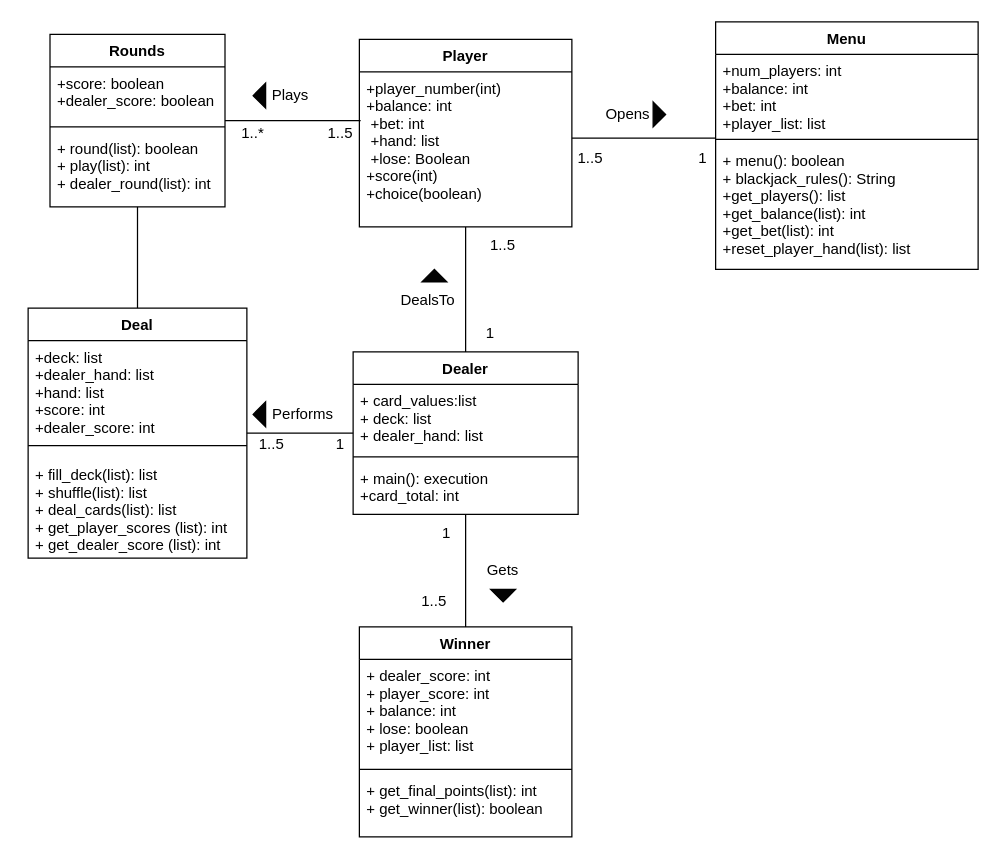
Above: System Proposal/Model Drawings /Class diagram.drawio in robinlaws/BlackJack (draw.io), before the change. Source tidied: cells renumbered, new cells numbered last; positions are measured from the earlier drawing's top-left corner, leaving out a move shared by most shapes. Both pictures are drawn from the tidied source at 125%, with x=0, y=0 at pixel (28, 21).
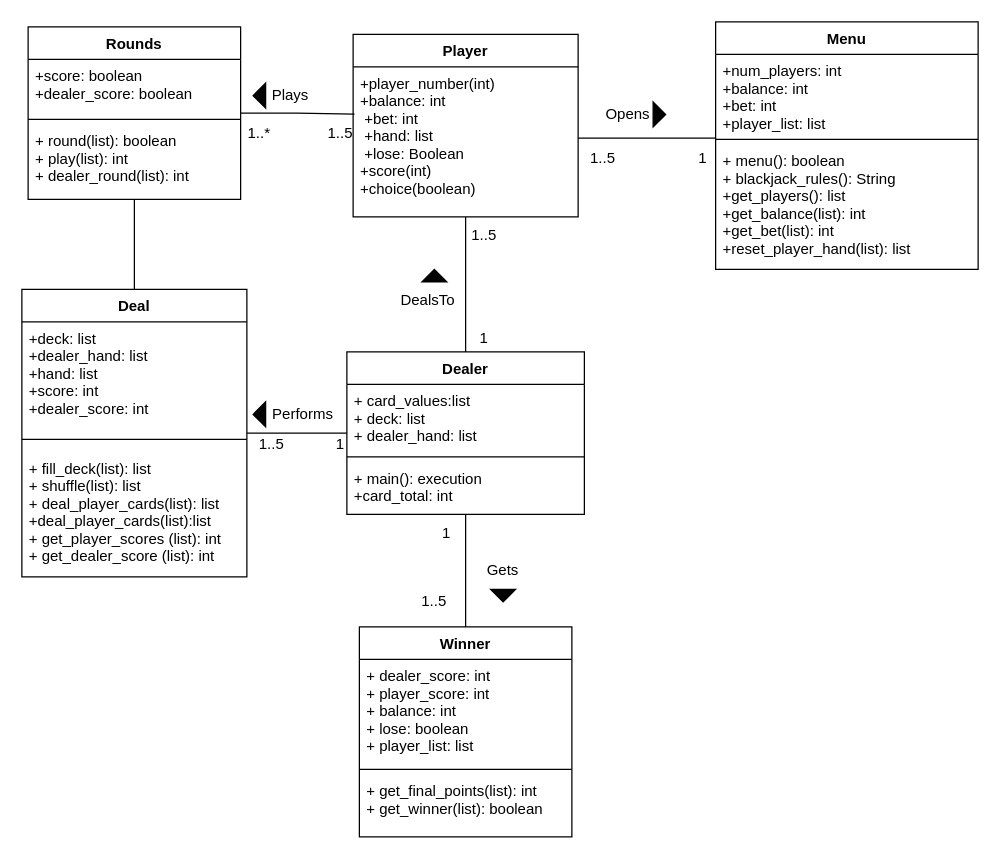
The same page after the edit.

The edit, as a diff of the source:
```diff
@@
     <mxCell id="4" value="Dealer" style="swimlane;fontStyle=1;align=center;verticalAlign=top;horizontal=1;startSize=26;" parent="1" vertex="1">
-      <mxGeometry x="260" y="264" width="180" height="130" as="geometry" />
+      <mxGeometry x="255" y="264" width="190" height="130" as="geometry" />
     </mxCell>
     <mxCell id="5" value="+ card_values:list&#10;+ deck: list&#10;+ dealer_hand: list" style="text;strokeColor=none;fillColor=none;align=left;verticalAlign=top;spacingLeft=4;spacingRight=4;overflow=hidden;" parent="4" vertex="1">
-      <mxGeometry y="26" width="180" height="54" as="geometry" />
+      <mxGeometry y="26" width="190" height="54" as="geometry" />
     </mxCell>
     <mxCell id="6" style="line;strokeWidth=1;fillColor=none;align=left;verticalAlign=middle;spacingTop=-1;spacingLeft=3;spacingRight=3;labelPosition=right;" parent="4" vertex="1">
-      <mxGeometry y="80" width="180" height="8" as="geometry" />
+      <mxGeometry y="80" width="190" height="8" as="geometry" />
     </mxCell>
     <mxCell id="7" value="+ main(): execution&#10;+card_total: int" style="text;strokeColor=none;fillColor=none;align=left;verticalAlign=top;spacingLeft=4;spacingRight=4;overflow=hidden;" parent="4" vertex="1">
-      <mxGeometry y="88" width="180" height="42" as="geometry" />
+      <mxGeometry y="88" width="190" height="42" as="geometry" />
     </mxCell>
-    <mxCell id="8" style="edgeStyle=orthogonalEdgeStyle;rounded=0;jettySize=auto;html=1;entryX=0.5;entryY=0;entryDx=0;entryDy=0;endArrow=none;endFill=0;" parent="1" edge="1" source="9" target="4">
+    <mxCell id="8" style="edgeStyle=orthogonalEdgeStyle;rounded=0;jettySize=auto;html=1;endArrow=none;endFill=0;" parent="1" edge="1" source="9" target="4">
       <mxGeometry relative="1" as="geometry" />
     </mxCell>
     <mxCell id="9" value="Player" style="swimlane;fontStyle=1;align=center;verticalAlign=top;horizontal=1;startSize=26;" parent="1" vertex="1">
-      <mxGeometry x="265" y="14" width="170" height="150" as="geometry" />
+      <mxGeometry x="260" y="10" width="180" height="146" as="geometry" />
     </mxCell>
     <mxCell id="10" value="+player_number(int)&#10;+balance: int&#10; +bet: int&#10; +hand: list&#10; +lose: Boolean&#10;+score(int)&#10;+choice(boolean)&#10;&#10;" style="text;strokeColor=none;fillColor=none;align=left;verticalAlign=top;spacingLeft=4;spacingRight=4;overflow=hidden;points=[[0,0.5],[1,0.5]];portConstraint=eastwest;" parent="9" vertex="1">
-      <mxGeometry y="26" width="170" height="124" as="geometry" />
+      <mxGeometry y="26" width="180" height="120" as="geometry" />
     </mxCell>
     <mxCell id="11" style="line;strokeWidth=1;fillColor=none;align=left;verticalAlign=middle;spacingTop=-1;spacingLeft=3;spacingRight=3;labelPosition=right;" parent="9" vertex="1">
-      <mxGeometry y="150" width="170" as="geometry" />
+      <mxGeometry y="146" width="180" as="geometry" />
     </mxCell>
-    <mxCell id="12" style="edgeStyle=orthogonalEdgeStyle;rounded=0;jettySize=auto;html=1;endArrow=none;endFill=0;" parent="1" edge="1" source="13" target="22">
-      <mxGeometry relative="1" as="geometry" />
-    </mxCell>
     <mxCell id="13" value="Deal" style="swimlane;fontStyle=1;align=center;verticalAlign=top;horizontal=1;startSize=26;" parent="1" vertex="1">
-      <mxGeometry y="229" width="175" height="200" as="geometry" />
+      <mxGeometry x="-5" y="214" width="180" height="230" as="geometry" />
     </mxCell>
     <mxCell id="14" value="+deck: list&#10;+dealer_hand: list&#10;+hand: list&#10;+score: int&#10;+dealer_score: int" style="text;strokeColor=none;fillColor=none;align=left;verticalAlign=top;spacingLeft=4;spacingRight=4;overflow=hidden;" parent="13" vertex="1">
-      <mxGeometry y="26" width="175" height="74" as="geometry" />
+      <mxGeometry y="26" width="180" height="84" as="geometry" />
     </mxCell>
     <mxCell id="15" style="line;strokeWidth=1;fillColor=none;align=left;verticalAlign=middle;spacingTop=-1;spacingLeft=3;spacingRight=3;labelPosition=right;" parent="13" vertex="1">
-      <mxGeometry y="100" width="175" height="20" as="geometry" />
+      <mxGeometry y="110" width="180" height="20" as="geometry" />
     </mxCell>
-    <mxCell id="16" value="+ fill_deck(list): list&#10;+ shuffle(list): list&#10;+ deal_cards(list): list&#10;+ get_player_scores (list): int&#10;+ get_dealer_score (list): int" style="text;strokeColor=none;fillColor=none;align=left;verticalAlign=top;spacingLeft=4;spacingRight=4;overflow=hidden;" parent="13" vertex="1">
-      <mxGeometry y="120" width="175" height="80" as="geometry" />
+    <mxCell id="16" value="+ fill_deck(list): list&#10;+ shuffle(list): list&#10;+ deal_player_cards(list): list&#10;+deal_player_cards(list):list&#10;+ get_player_scores (list): int&#10;+ get_dealer_score (list): int" style="text;strokeColor=none;fillColor=none;align=left;verticalAlign=top;spacingLeft=4;spacingRight=4;overflow=hidden;" parent="13" vertex="1">
+      <mxGeometry y="130" width="180" height="100" as="geometry" />
     </mxCell>
@@
+    <mxCell id="51" style="edgeStyle=orthogonalEdgeStyle;rounded=0;jettySize=auto;html=1;endArrow=none;endFill=0;" parent="1" edge="1" source="22" target="13">
+      <mxGeometry relative="1" as="geometry" />
+    </mxCell>
     <mxCell id="22" value="Rounds" style="swimlane;fontStyle=1;align=center;verticalAlign=top;horizontal=1;startSize=26;" parent="1" vertex="1">
-      <mxGeometry x="17.5" y="10" width="140" height="138" as="geometry" />
+      <mxGeometry y="4" width="170" height="138" as="geometry" />
     </mxCell>
     <mxCell id="23" value="+score: boolean&#10;+dealer_score: boolean" style="text;strokeColor=none;fillColor=none;align=left;verticalAlign=top;spacingLeft=4;spacingRight=4;overflow=hidden;" parent="22" vertex="1">
-      <mxGeometry y="26" width="140" height="44" as="geometry" />
+      <mxGeometry y="26" width="170" height="44" as="geometry" />
     </mxCell>
     <mxCell id="24" style="line;strokeWidth=1;fillColor=none;align=left;verticalAlign=middle;spacingTop=-1;spacingLeft=3;spacingRight=3;labelPosition=right;" parent="22" vertex="1">
-      <mxGeometry y="70" width="140" height="8" as="geometry" />
+      <mxGeometry y="70" width="170" height="8" as="geometry" />
     </mxCell>
     <mxCell id="25" value="+ round(list): boolean&#10;+ play(list): int&#10;+ dealer_round(list): int&#10;" style="text;strokeColor=none;fillColor=none;align=left;verticalAlign=top;spacingLeft=4;spacingRight=4;overflow=hidden;" parent="22" vertex="1">
-      <mxGeometry y="78" width="140" height="60" as="geometry" />
+      <mxGeometry y="78" width="170" height="60" as="geometry" />
     </mxCell>
@@
     <mxCell id="32" value="1..5" style="text;html=1;strokeColor=none;fillColor=none;align=center;verticalAlign=middle;whiteSpace=wrap;rounded=0;" parent="1" vertex="1">
-      <mxGeometry x="420" y="94" width="60" height="30" as="geometry" />
+      <mxGeometry x="430" y="94" width="60" height="30" as="geometry" />
     </mxCell>
@@
     <mxCell id="35" value="1..5" style="text;html=1;strokeColor=none;fillColor=none;align=center;verticalAlign=middle;whiteSpace=wrap;rounded=0;" parent="1" vertex="1">
-      <mxGeometry x="350" y="164" width="60" height="30" as="geometry" />
+      <mxGeometry x="335" y="156" width="60" height="30" as="geometry" />
     </mxCell>
     <mxCell id="36" value="1" style="text;html=1;strokeColor=none;fillColor=none;align=center;verticalAlign=middle;whiteSpace=wrap;rounded=0;" parent="1" vertex="1">
-      <mxGeometry x="340" y="234" width="60" height="30" as="geometry" />
+      <mxGeometry x="335" y="238" width="60" height="30" as="geometry" />
     </mxCell>
@@
     <mxCell id="43" value="1..*" style="text;html=1;strokeColor=none;fillColor=none;align=center;verticalAlign=middle;whiteSpace=wrap;rounded=0;" parent="1" vertex="1">
-      <mxGeometry x="150" y="74" width="60" height="30" as="geometry" />
+      <mxGeometry x="155" y="74" width="60" height="30" as="geometry" />
     </mxCell>
```
